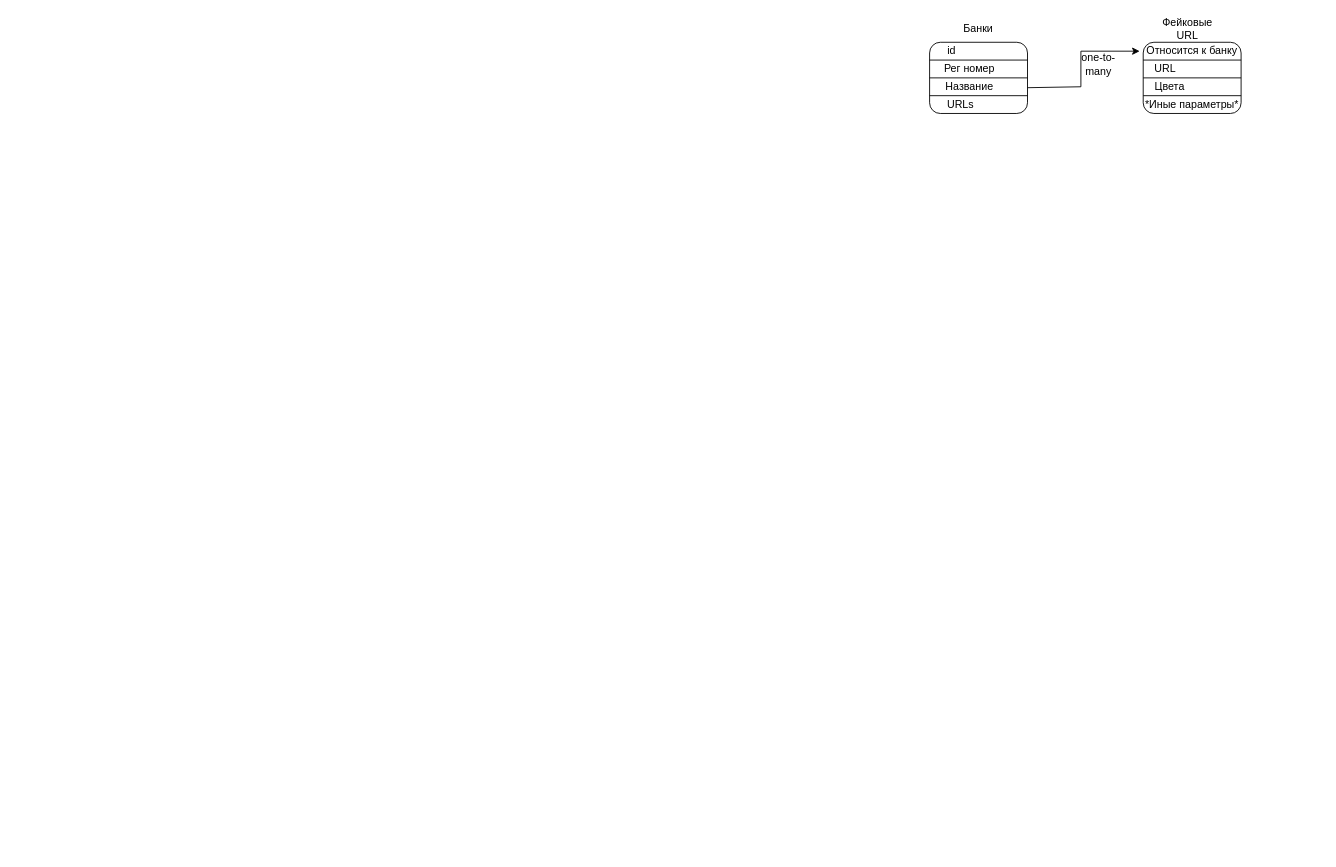
This is database.drawio from GluhovDmitry/charts, a draw.io file, before an edit. Source tidied: cells renumbered, new cells numbered last; positions are measured from the earlier drawing's top-left corner, leaving out a move shared by most shapes. Both pictures are drawn from the tidied source at 89%, with x=0, y=0 at pixel (929, 15).
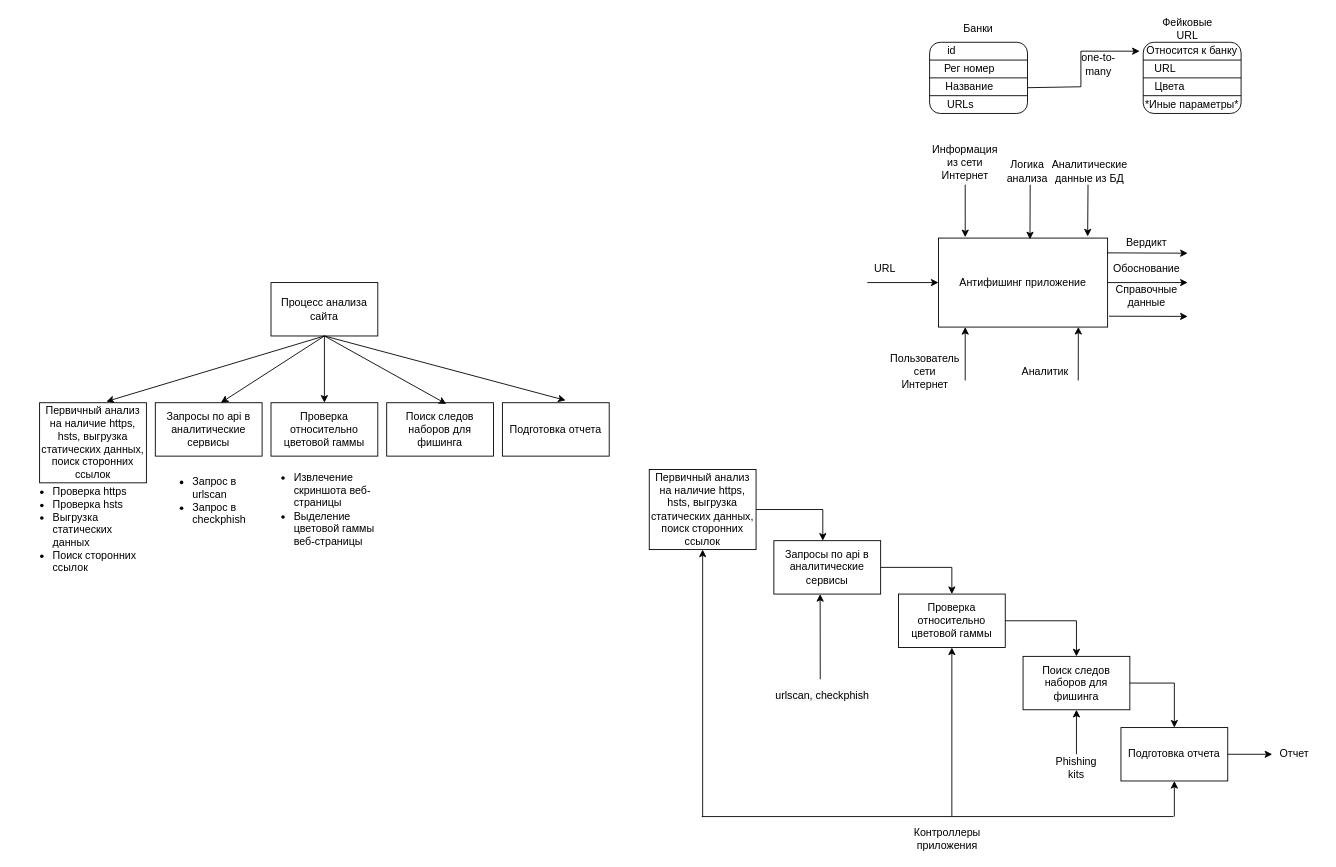
After the change.

The edit, as a diff of the source:
```diff
@@
+    <mxCell id="22" value="Антифишинг приложение" style="rounded=0;whiteSpace=wrap;html=1;" parent="1" vertex="1">
+      <mxGeometry x="10" y="250" width="190" height="100" as="geometry" />
+    </mxCell>
+    <mxCell id="23" style="endArrow=classic;html=1;rounded=0;entryX=0;entryY=0.5;entryDx=0;entryDy=0;" parent="1" edge="1" target="22">
+      <mxGeometry relative="1" as="geometry">
+        <mxPoint x="-70" y="300" as="sourcePoint" />
+      </mxGeometry>
+    </mxCell>
+    <mxCell id="24" value="URL" style="text;html=1;strokeColor=none;fillColor=none;align=center;verticalAlign=middle;whiteSpace=wrap;rounded=0;" parent="1" vertex="1">
+      <mxGeometry x="-80" y="270" width="60" height="30" as="geometry" />
+    </mxCell>
+    <mxCell id="25" style="endArrow=classic;html=1;rounded=0;" parent="1" edge="1">
+      <mxGeometry relative="1" as="geometry">
+        <mxPoint x="40" y="410" as="sourcePoint" />
+        <mxPoint x="40" y="350" as="targetPoint" />
+      </mxGeometry>
+    </mxCell>
+    <mxCell id="26" style="endArrow=classic;html=1;rounded=0;entryX=0.827;entryY=0.998;entryDx=0;entryDy=0;entryPerimeter=0;" parent="1" edge="1" target="22">
+      <mxGeometry relative="1" as="geometry">
+        <mxPoint x="167" y="410" as="sourcePoint" />
+      </mxGeometry>
+    </mxCell>
+    <mxCell id="27" value="Пользователь&lt;br&gt;сети Интернет" style="text;html=1;strokeColor=none;fillColor=none;align=center;verticalAlign=middle;whiteSpace=wrap;rounded=0;" parent="1" vertex="1">
+      <mxGeometry x="-35" y="385" width="60" height="30" as="geometry" />
+    </mxCell>
+    <mxCell id="28" value="Аналитик" style="text;html=1;strokeColor=none;fillColor=none;align=center;verticalAlign=middle;whiteSpace=wrap;rounded=0;" parent="1" vertex="1">
+      <mxGeometry x="100" y="385" width="60" height="30" as="geometry" />
+    </mxCell>
+    <mxCell id="29" style="endArrow=classic;html=1;rounded=0;exitX=0.996;exitY=0.166;exitDx=0;exitDy=0;exitPerimeter=0;" parent="1" edge="1" source="22">
+      <mxGeometry relative="1" as="geometry">
+        <mxPoint x="290" y="267" as="targetPoint" />
+      </mxGeometry>
+    </mxCell>
+    <mxCell id="30" value="Вердикт" style="text;html=1;strokeColor=none;fillColor=none;align=center;verticalAlign=middle;whiteSpace=wrap;rounded=0;" parent="1" vertex="1">
+      <mxGeometry x="214" y="240" width="60" height="30" as="geometry" />
+    </mxCell>
+    <mxCell id="31" style="endArrow=classic;html=1;rounded=0;exitX=1;exitY=0.5;exitDx=0;exitDy=0;" parent="1" edge="1" source="22">
+      <mxGeometry relative="1" as="geometry">
+        <mxPoint x="290" y="300" as="targetPoint" />
+      </mxGeometry>
+    </mxCell>
+    <mxCell id="32" value="Обоснование" style="text;html=1;strokeColor=none;fillColor=none;align=center;verticalAlign=middle;whiteSpace=wrap;rounded=0;" parent="1" vertex="1">
+      <mxGeometry x="214" y="270" width="60" height="30" as="geometry" />
+    </mxCell>
+    <mxCell id="33" style="endArrow=classic;html=1;rounded=0;exitX=1.008;exitY=0.878;exitDx=0;exitDy=0;exitPerimeter=0;" parent="1" edge="1" source="22">
+      <mxGeometry relative="1" as="geometry">
+        <mxPoint x="290" y="338" as="targetPoint" />
+      </mxGeometry>
+    </mxCell>
+    <mxCell id="34" value="Справочные данные" style="text;html=1;strokeColor=none;fillColor=none;align=center;verticalAlign=middle;whiteSpace=wrap;rounded=0;" parent="1" vertex="1">
+      <mxGeometry x="214" y="300" width="60" height="30" as="geometry" />
+    </mxCell>
+    <mxCell id="35" style="endArrow=classic;html=1;rounded=0;entryX=0.158;entryY=-0.01;entryDx=0;entryDy=0;entryPerimeter=0;" parent="1" edge="1" target="22">
+      <mxGeometry relative="1" as="geometry">
+        <mxPoint x="40" y="190" as="sourcePoint" />
+      </mxGeometry>
+    </mxCell>
+    <mxCell id="36" style="endArrow=classic;html=1;rounded=0;entryX=0.541;entryY=0.014;entryDx=0;entryDy=0;entryPerimeter=0;" parent="1" edge="1" target="22">
+      <mxGeometry relative="1" as="geometry">
+        <mxPoint x="113" y="190" as="sourcePoint" />
+      </mxGeometry>
+    </mxCell>
+    <mxCell id="37" value="Информация из сети Интернет" style="text;html=1;strokeColor=none;fillColor=none;align=center;verticalAlign=middle;whiteSpace=wrap;rounded=0;" parent="1" vertex="1">
+      <mxGeometry x="10" y="150" width="60" height="30" as="geometry" />
+    </mxCell>
+    <mxCell id="38" value="Логика анализа" style="text;html=1;strokeColor=none;fillColor=none;align=center;verticalAlign=middle;whiteSpace=wrap;rounded=0;" parent="1" vertex="1">
+      <mxGeometry x="80" y="160" width="60" height="30" as="geometry" />
+    </mxCell>
+    <mxCell id="39" style="endArrow=classic;html=1;rounded=0;entryX=0.882;entryY=-0.018;entryDx=0;entryDy=0;entryPerimeter=0;" parent="1" edge="1" target="22">
+      <mxGeometry relative="1" as="geometry">
+        <mxPoint x="178" y="190" as="sourcePoint" />
+      </mxGeometry>
+    </mxCell>
+    <mxCell id="40" value="Аналитические данные из БД" style="text;html=1;strokeColor=none;fillColor=none;align=center;verticalAlign=middle;whiteSpace=wrap;rounded=0;" parent="1" vertex="1">
+      <mxGeometry x="125" y="160" width="110" height="30" as="geometry" />
+    </mxCell>
+    <mxCell id="41" value="Первичный анализ на наличие https, hsts, выгрузка статических данных, поиск сторонних ссылок" style="rounded=0;whiteSpace=wrap;html=1;" parent="1" vertex="1">
+      <mxGeometry x="-315" y="510" width="120" height="90" as="geometry" />
+    </mxCell>
+    <mxCell id="42" value="Запросы по api в аналитические сервисы" style="rounded=0;whiteSpace=wrap;html=1;" parent="1" vertex="1">
+      <mxGeometry x="-175" y="590" width="120" height="60" as="geometry" />
+    </mxCell>
+    <mxCell id="43" value="Проверка относительно цветовой гаммы" style="rounded=0;whiteSpace=wrap;html=1;" parent="1" vertex="1">
+      <mxGeometry x="-35" y="650" width="120" height="60" as="geometry" />
+    </mxCell>
+    <mxCell id="44" value="Поиск следов наборов для фишинга" style="rounded=0;whiteSpace=wrap;html=1;" parent="1" vertex="1">
+      <mxGeometry x="105" y="720" width="120" height="60" as="geometry" />
+    </mxCell>
+    <mxCell id="45" value="Подготовка отчета" style="rounded=0;whiteSpace=wrap;html=1;" parent="1" vertex="1">
+      <mxGeometry x="215" y="800" width="120" height="60" as="geometry" />
+    </mxCell>
+    <mxCell id="46" style="endArrow=classic;html=1;rounded=0;exitX=1;exitY=0.5;exitDx=0;exitDy=0;" parent="1" edge="1" source="45">
+      <mxGeometry relative="1" as="geometry">
+        <mxPoint x="385" y="830" as="targetPoint" />
+      </mxGeometry>
+    </mxCell>
+    <mxCell id="47" value="Отчет" style="text;html=1;strokeColor=none;fillColor=none;align=center;verticalAlign=middle;whiteSpace=wrap;rounded=0;" parent="1" vertex="1">
+      <mxGeometry x="380" y="815" width="60" height="30" as="geometry" />
+    </mxCell>
+    <mxCell id="48" style="endArrow=classic;html=1;rounded=0;exitX=1;exitY=0.5;exitDx=0;exitDy=0;" parent="1" edge="1" source="41">
+      <mxGeometry relative="1" as="geometry">
+        <mxPoint x="-120" y="590" as="targetPoint" />
+        <Array as="points">
+          <mxPoint x="-120" y="555" />
+        </Array>
+      </mxGeometry>
+    </mxCell>
+    <mxCell id="49" style="endArrow=classic;html=1;rounded=0;entryX=0.5;entryY=0;entryDx=0;entryDy=0;exitX=1;exitY=0.5;exitDx=0;exitDy=0;" parent="1" edge="1" source="42" target="43">
+      <mxGeometry relative="1" as="geometry">
+        <Array as="points">
+          <mxPoint x="25" y="620" />
+        </Array>
+      </mxGeometry>
+    </mxCell>
+    <mxCell id="50" style="endArrow=classic;html=1;rounded=0;exitX=1;exitY=0.5;exitDx=0;exitDy=0;entryX=0.5;entryY=0;entryDx=0;entryDy=0;" parent="1" edge="1" source="43" target="44">
+      <mxGeometry relative="1" as="geometry">
+        <Array as="points">
+          <mxPoint x="165" y="680" />
+        </Array>
+      </mxGeometry>
+    </mxCell>
+    <mxCell id="51" style="endArrow=classic;html=1;rounded=0;exitX=1;exitY=0.5;exitDx=0;exitDy=0;entryX=0.5;entryY=0;entryDx=0;entryDy=0;" parent="1" edge="1" source="44" target="45">
+      <mxGeometry relative="1" as="geometry">
+        <Array as="points">
+          <mxPoint x="275" y="750" />
+        </Array>
+      </mxGeometry>
+    </mxCell>
+    <mxCell id="52" style="endArrow=classic;html=1;rounded=0;exitX=0.401;exitY=-0.141;exitDx=0;exitDy=0;exitPerimeter=0;" parent="1" edge="1" source="53">
+      <mxGeometry relative="1" as="geometry">
+        <mxPoint x="-123" y="650" as="targetPoint" />
+      </mxGeometry>
+    </mxCell>
+    <mxCell id="53" value="&lt;span style=&quot;color: rgb(0, 0, 0); font-family: helvetica; font-size: 12px; font-style: normal; font-weight: 400; letter-spacing: normal; text-align: center; text-indent: 0px; text-transform: none; word-spacing: 0px; background-color: rgb(248, 249, 250); display: inline; float: none;&quot;&gt;urlscan, checkphish&lt;/span&gt;" style="text;whiteSpace=wrap;html=1;" parent="1" vertex="1">
+      <mxGeometry x="-175" y="750" width="130" height="30" as="geometry" />
+    </mxCell>
+    <mxCell id="54" style="endArrow=classic;html=1;rounded=0;entryX=0.5;entryY=1;entryDx=0;entryDy=0;" parent="1" edge="1" target="44">
+      <mxGeometry relative="1" as="geometry">
+        <mxPoint x="165" y="830" as="sourcePoint" />
+      </mxGeometry>
+    </mxCell>
+    <mxCell id="55" value="Phishing kits" style="text;html=1;strokeColor=none;fillColor=none;align=center;verticalAlign=middle;whiteSpace=wrap;rounded=0;" parent="1" vertex="1">
+      <mxGeometry x="135" y="830" width="60" height="30" as="geometry" />
+    </mxCell>
+    <mxCell id="56" style="endArrow=classic;html=1;rounded=0;entryX=0.5;entryY=1;entryDx=0;entryDy=0;" parent="1" edge="1" target="41">
+      <mxGeometry relative="1" as="geometry">
+        <mxPoint x="-255" y="900" as="sourcePoint" />
+      </mxGeometry>
+    </mxCell>
+    <mxCell id="57" style="endArrow=classic;html=1;rounded=0;entryX=0.5;entryY=1;entryDx=0;entryDy=0;" parent="1" edge="1" target="43">
+      <mxGeometry relative="1" as="geometry">
+        <mxPoint x="25" y="900" as="sourcePoint" />
+      </mxGeometry>
+    </mxCell>
+    <mxCell id="58" style="endArrow=classic;html=1;rounded=0;entryX=0.5;entryY=1;entryDx=0;entryDy=0;" parent="1" edge="1" target="45">
+      <mxGeometry relative="1" as="geometry">
+        <mxPoint x="275" y="900" as="sourcePoint" />
+      </mxGeometry>
+    </mxCell>
+    <mxCell id="59" style="endArrow=none;html=1;rounded=0;" parent="1" edge="1">
+      <mxGeometry relative="1" as="geometry">
+        <mxPoint x="-256" y="900" as="sourcePoint" />
+        <mxPoint x="274" y="900" as="targetPoint" />
+      </mxGeometry>
+    </mxCell>
+    <mxCell id="60" value="Контроллеры приложения" style="text;html=1;strokeColor=none;fillColor=none;align=center;verticalAlign=middle;whiteSpace=wrap;rounded=0;" parent="1" vertex="1">
+      <mxGeometry x="-10" y="910" width="60" height="30" as="geometry" />
+    </mxCell>
+    <mxCell id="61" value="Первичный анализ на наличие https, hsts, выгрузка статических данных, поиск сторонних ссылок" style="rounded=0;whiteSpace=wrap;html=1;" parent="1" vertex="1">
+      <mxGeometry x="-1000" y="435" width="120" height="90" as="geometry" />
+    </mxCell>
+    <mxCell id="62" value="Запросы по api в аналитические сервисы" style="rounded=0;whiteSpace=wrap;html=1;" parent="1" vertex="1">
+      <mxGeometry x="-870" y="435" width="120" height="60" as="geometry" />
+    </mxCell>
+    <mxCell id="63" value="Проверка относительно цветовой гаммы" style="rounded=0;whiteSpace=wrap;html=1;" parent="1" vertex="1">
+      <mxGeometry x="-740" y="435" width="120" height="60" as="geometry" />
+    </mxCell>
+    <mxCell id="64" value="Поиск следов наборов для фишинга" style="rounded=0;whiteSpace=wrap;html=1;" parent="1" vertex="1">
+      <mxGeometry x="-610" y="435" width="120" height="60" as="geometry" />
+    </mxCell>
+    <mxCell id="65" style="edgeStyle=orthogonalEdgeStyle;rounded=0;orthogonalLoop=1;jettySize=auto;html=1;exitX=0.5;exitY=1;exitDx=0;exitDy=0;" parent="1" edge="1" source="61" target="61">
+      <mxGeometry relative="1" as="geometry" />
+    </mxCell>
+    <mxCell id="66" value="Подготовка отчета" style="rounded=0;whiteSpace=wrap;html=1;" parent="1" vertex="1">
+      <mxGeometry x="-480" y="435" width="120" height="60" as="geometry" />
+    </mxCell>
+    <mxCell id="67" value="&lt;ul&gt;&lt;li&gt;Проверка https&lt;/li&gt;&lt;li&gt;Проверка hsts&lt;/li&gt;&lt;li&gt;Выгрузка статических данных&lt;/li&gt;&lt;li&gt;Поиск сторонних ссылок&amp;nbsp;&lt;/li&gt;&lt;/ul&gt;" style="text;html=1;strokeColor=none;fillColor=none;align=left;verticalAlign=middle;whiteSpace=wrap;rounded=0;" parent="1" vertex="1">
+      <mxGeometry x="-1027" y="505" width="147" height="145" as="geometry" />
+    </mxCell>
+    <mxCell id="68" value="&lt;ul&gt;&lt;li&gt;Запрос в urlscan&lt;/li&gt;&lt;li&gt;Запрос в checkphish&amp;nbsp;&lt;/li&gt;&lt;/ul&gt;" style="text;html=1;strokeColor=none;fillColor=none;align=left;verticalAlign=middle;whiteSpace=wrap;rounded=0;" parent="1" vertex="1">
+      <mxGeometry x="-870" y="505" width="120" height="80" as="geometry" />
+    </mxCell>
+    <mxCell id="69" value="&lt;ul&gt;&lt;li&gt;Извлечение скриншота веб-страницы&lt;/li&gt;&lt;li&gt;Выделение цветовой гаммы веб-страницы&amp;nbsp;&lt;/li&gt;&lt;/ul&gt;" style="text;html=1;strokeColor=none;fillColor=none;align=left;verticalAlign=middle;whiteSpace=wrap;rounded=0;" parent="1" vertex="1">
+      <mxGeometry x="-756" y="502.5" width="143" height="105" as="geometry" />
+    </mxCell>
+    <mxCell id="70" value="Процесс анализа сайта" style="rounded=0;whiteSpace=wrap;html=1;" parent="1" vertex="1">
+      <mxGeometry x="-740" y="300" width="120" height="60" as="geometry" />
+    </mxCell>
+    <mxCell id="71" style="endArrow=classic;html=1;rounded=0;exitX=0.5;exitY=1;exitDx=0;exitDy=0;entryX=0.625;entryY=-0.015;entryDx=0;entryDy=0;entryPerimeter=0;" parent="1" edge="1" source="70" target="61">
+      <mxGeometry relative="1" as="geometry" />
+    </mxCell>
+    <mxCell id="72" style="endArrow=classic;html=1;rounded=0;exitX=0.5;exitY=1;exitDx=0;exitDy=0;entryX=0.614;entryY=0;entryDx=0;entryDy=0;entryPerimeter=0;" parent="1" edge="1" source="70" target="62">
+      <mxGeometry relative="1" as="geometry" />
+    </mxCell>
+    <mxCell id="73" style="endArrow=classic;html=1;rounded=0;entryX=0.5;entryY=0;entryDx=0;entryDy=0;" parent="1" edge="1" target="63">
+      <mxGeometry relative="1" as="geometry">
+        <mxPoint x="-680" y="360" as="sourcePoint" />
+      </mxGeometry>
+    </mxCell>
+    <mxCell id="74" style="endArrow=classic;html=1;rounded=0;exitX=0.5;exitY=1;exitDx=0;exitDy=0;entryX=0.558;entryY=0.022;entryDx=0;entryDy=0;entryPerimeter=0;" parent="1" edge="1" source="70" target="64">
+      <mxGeometry relative="1" as="geometry" />
+    </mxCell>
+    <mxCell id="75" style="endArrow=classic;html=1;rounded=0;entryX=0.592;entryY=-0.044;entryDx=0;entryDy=0;entryPerimeter=0;" parent="1" edge="1" target="66">
+      <mxGeometry relative="1" as="geometry">
+        <mxPoint x="-680" y="360" as="sourcePoint" />
+      </mxGeometry>
+    </mxCell>
```
